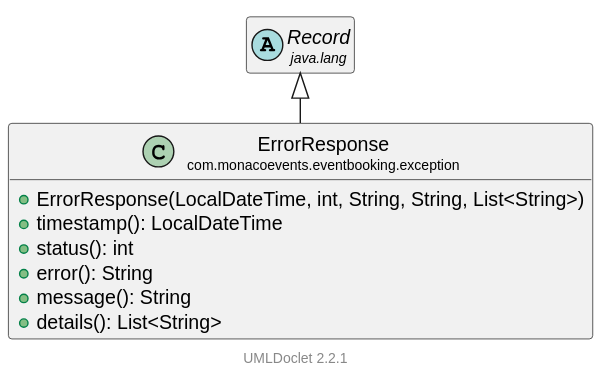
The PlantUML diagram docs/uml/com/monacoevents/eventbooking/exception/ErrorResponse.svg in LorisDrid/event-booking-api, before a commit.
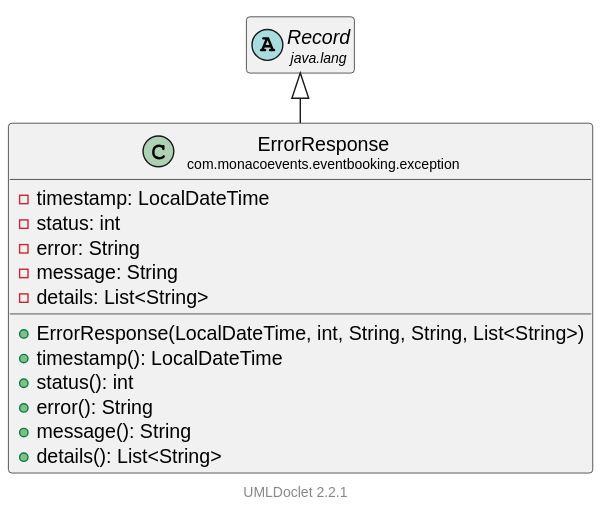
The same file after the commit.

Diff of the diagram source:
```diff
@@ -8,6 +8,11 @@
     hide empty methods
 
     class "<size:14>ErrorResponse\n<size:10>com.monacoevents.eventbooking.exception" as com.monacoevents.eventbooking.exception.ErrorResponse [[..\..\..\..\..\..\target\reports\apidocs\com\monacoevents\eventbooking\exception\ErrorResponse.html]] {
+        -timestamp: LocalDateTime
+        -status: int
+        -error: String
+        -message: String
+        -details: List<String>
         +ErrorResponse(LocalDateTime, int, String, String, List<String>)
         +timestamp(): LocalDateTime
         +status(): int
```
